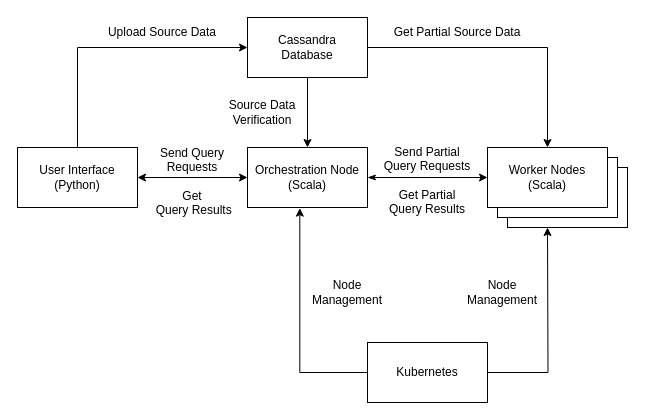
This is report/chapters/diagrams/architecture-overall.drawio from oliver-little/final-year-project, a draw.io file, before an edit. Source tidied: cells renumbered, new cells numbered last; positions are measured from the earlier drawing's top-left corner, leaving out a move shared by most shapes. Both pictures are drawn from the tidied source at 100%, with x=0, y=0 at pixel (17, 17).
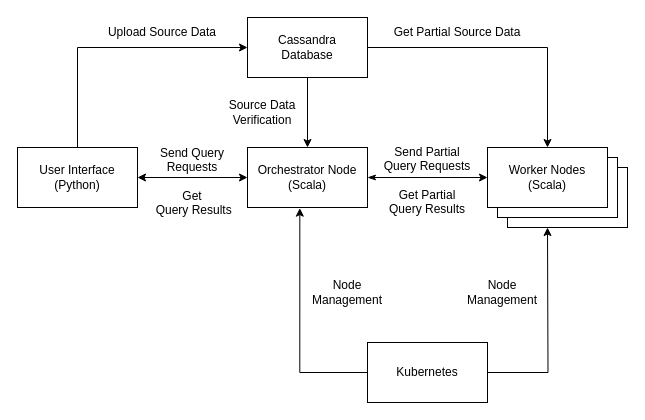
Above is the later version.

Commit message (it also covers changes not shown here):
Fix overall architecture diagram

Diff of the diagram source:
```diff
@@
-    <mxCell id="3" value="Orchestration Node (Scala)" style="rounded=0;whiteSpace=wrap;html=1;" parent="1" vertex="1">
+    <mxCell id="3" value="Orchestrator Node (Scala)" style="rounded=0;whiteSpace=wrap;html=1;" parent="1" vertex="1">
       <mxGeometry x="230" y="130" width="120" height="60" as="geometry" />
     </mxCell>
```
